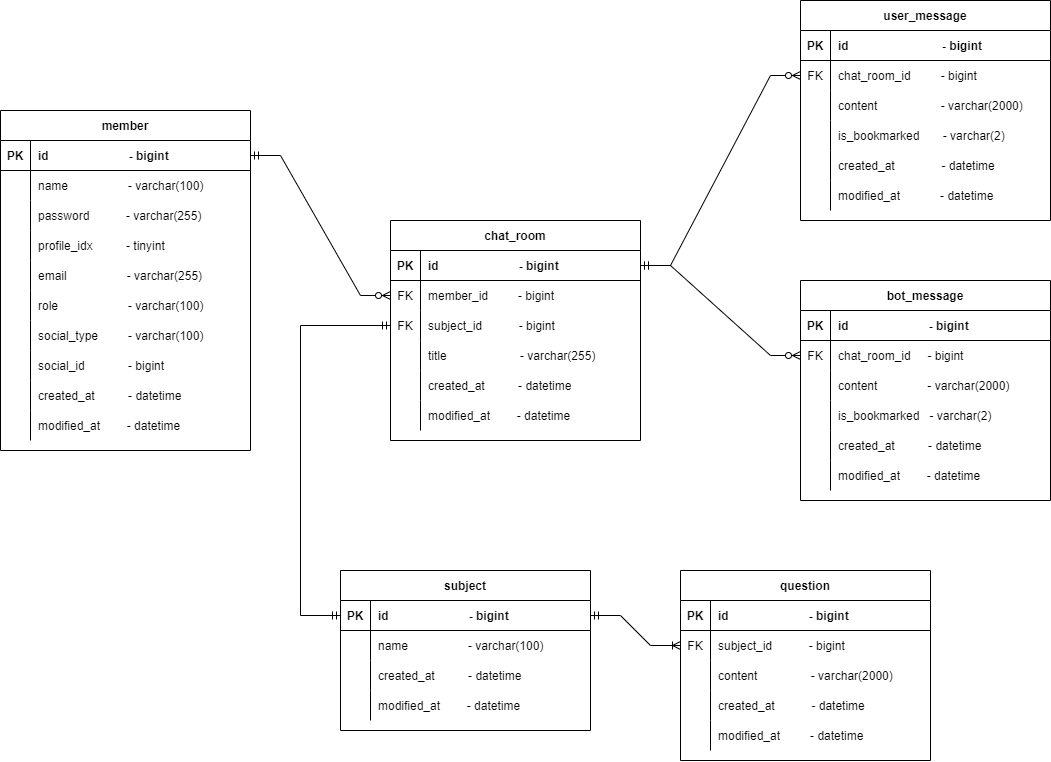
Learnable-capstone/Learnable-BE keeps this draw.io diagram as document/learnable-erd.png. Above is the earlier version. Source tidied: cells renumbered, new cells last; positions are measured from the earlier drawing's top-left corner, leaving out a move shared by most shapes.
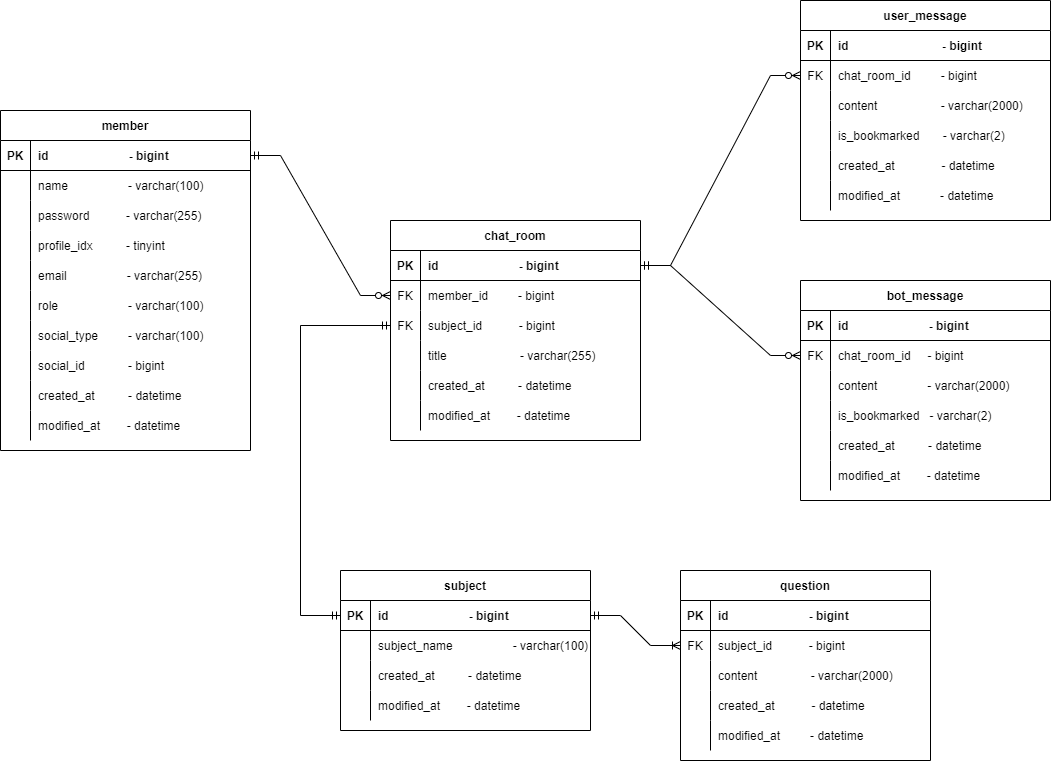
After the commit.

Commit message:
docs: [#4] 과목명 필드명 subject_name으로 변경

Change to the diagram source:
```diff
@@ -218,7 +218,7 @@
     <mxCell id="73" style="shape=partialRectangle;overflow=hidden;fillColor=none;top=0;left=0;bottom=0;right=0;labelBackgroundColor=none;" parent="72" vertex="1">
       <mxGeometry width="30" height="30" as="geometry" />
     </mxCell>
-    <mxCell id="74" value="name                  - varchar(100)" style="shape=partialRectangle;overflow=hidden;fillColor=none;top=0;left=0;bottom=0;right=0;align=left;spacingLeft=6;labelBackgroundColor=none;" parent="72" vertex="1">
+    <mxCell id="74" value="subject_name                  - varchar(100)" style="shape=partialRectangle;overflow=hidden;fillColor=none;top=0;left=0;bottom=0;right=0;align=left;spacingLeft=6;labelBackgroundColor=none;" parent="72" vertex="1">
       <mxGeometry x="30" width="220" height="30" as="geometry" />
     </mxCell>
     <mxCell id="75" style="shape=partialRectangle;fillColor=none;top=0;left=0;right=0;bottom=0;labelBackgroundColor=none;" parent="68" vertex="1">
```
